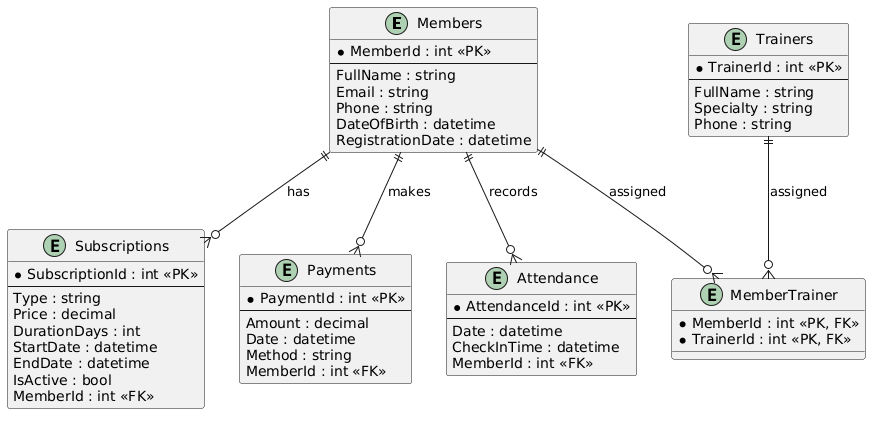
Above: ERDDiagram.png in Dora-14/GymTech (PlantUML), before the change.
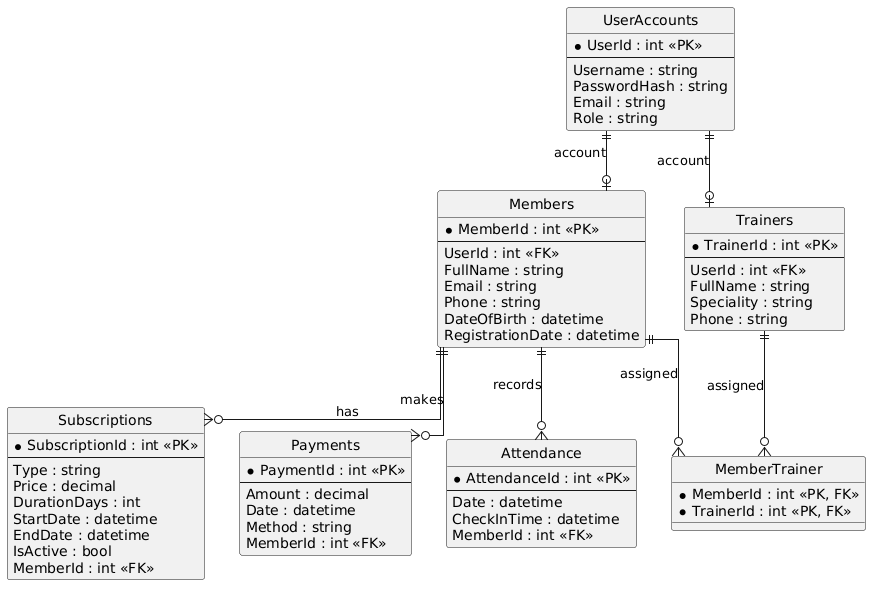
After the change.

Diff of the diagram source:
```diff
@@ -1,7 +1,20 @@
 @startuml
-entity Members {
+hide circle
+skinparam linetype ortho
+
+entity "UserAccounts" as UserAccounts {
+  * UserId : int <<PK>>
+  --
+  Username : string
+  PasswordHash : string
+  Email : string
+  Role : string
+}
+
+entity "Members" as Members {
   * MemberId : int <<PK>>
   --
+  UserId : int <<FK>>
   FullName : string
   Email : string
   Phone : string
@@ -9,7 +22,16 @@
   RegistrationDate : datetime
 }
 
-entity Subscriptions {
+entity "Trainers" as Trainers {
+  * TrainerId : int <<PK>>
+  --
+  UserId : int <<FK>>
+  FullName : string
+  Speciality : string
+  Phone : string
+}
+
+entity "Subscriptions" as Subscriptions {
   * SubscriptionId : int <<PK>>
   --
   Type : string
@@ -21,7 +43,7 @@
   MemberId : int <<FK>>
 }
 
-entity Payments {
+entity "Payments" as Payments {
   * PaymentId : int <<PK>>
   --
   Amount : decimal
@@ -30,7 +52,7 @@
   MemberId : int <<FK>>
 }
 
-entity Attendance {
+entity "Attendance" as Attendance {
   * AttendanceId : int <<PK>>
   --
   Date : datetime
@@ -38,18 +60,13 @@
   MemberId : int <<FK>>
 }
 
-entity Trainers {
-  * TrainerId : int <<PK>>
-  --
-  FullName : string
-  Specialty : string
-  Phone : string
-}
-
-entity MemberTrainer {
+entity "MemberTrainer" as MemberTrainer {
   * MemberId : int <<PK, FK>>
   * TrainerId : int <<PK, FK>>
 }
+
+UserAccounts ||--o| Members : account
+UserAccounts ||--o| Trainers : account
 
 Members ||--o{ Subscriptions : has
 Members ||--o{ Payments : makes
```
